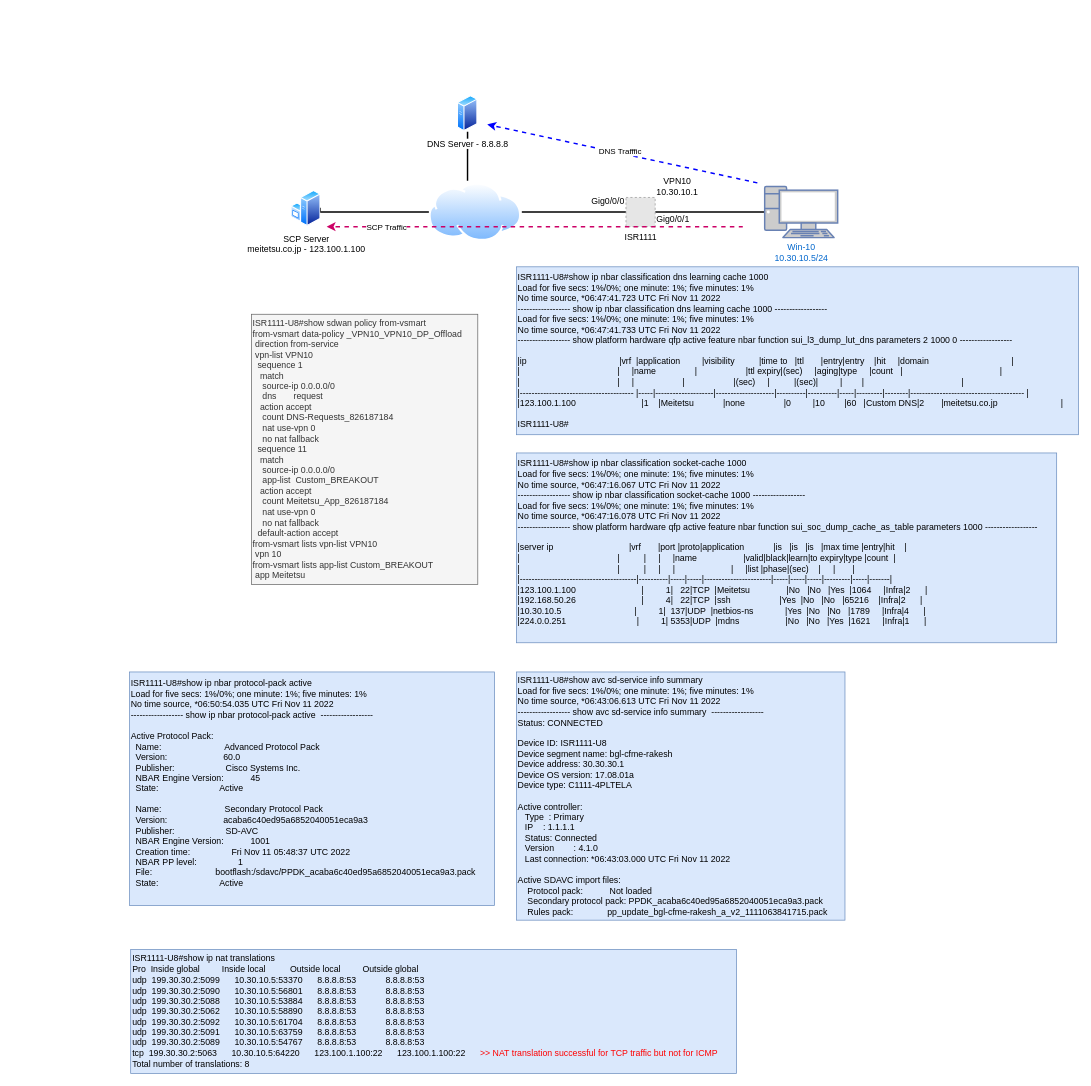
Before: DIA topology LAB.drawio in rakeshchhikara/network-automation, a draw.io diagram. Source tidied: cells renumbered, new cells numbered last; positions are measured from the earlier drawing's top-left corner, leaving out a move shared by most shapes. Both pictures are drawn from the tidied source at 73%, with x=0, y=0 at pixel (129, 95). Pictures stored in the file or linked from it are replaced by grey dashed boxes.
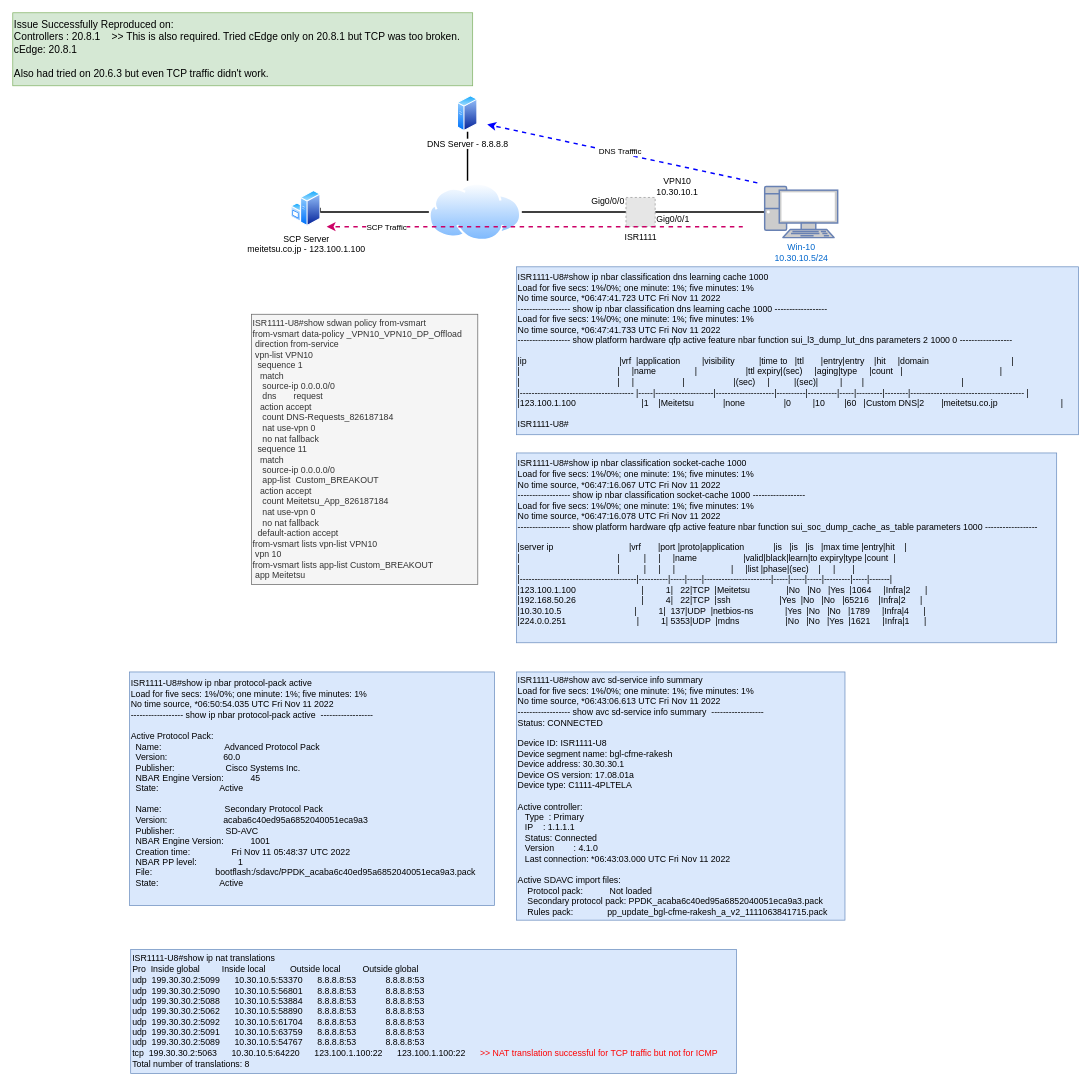
Above is the later version.

Diff of the diagram source:
```diff
@@
+    <mxCell id="25" value="&lt;font style=&quot;font-size: 14px;&quot; color=&quot;#000000&quot;&gt;Issue Successfully Reproduced on:&lt;br&gt;Controllers : 20.8.1&amp;nbsp; &amp;nbsp; &amp;gt;&amp;gt; This is also required. Tried cEdge only on 20.8.1 but TCP was too broken.&lt;br&gt;cEdge: 20.8.1&lt;br&gt;&lt;br&gt;Also had tried on 20.6.3 but even TCP traffic didn't work.&lt;/font&gt;" style="text;html=1;align=left;verticalAlign=middle;strokeColor=#82b366;fillColor=#d5e8d4;" parent="1" vertex="1">
+      <mxGeometry x="-160" y="-113" width="630" height="100" as="geometry" />
+    </mxCell>
```
